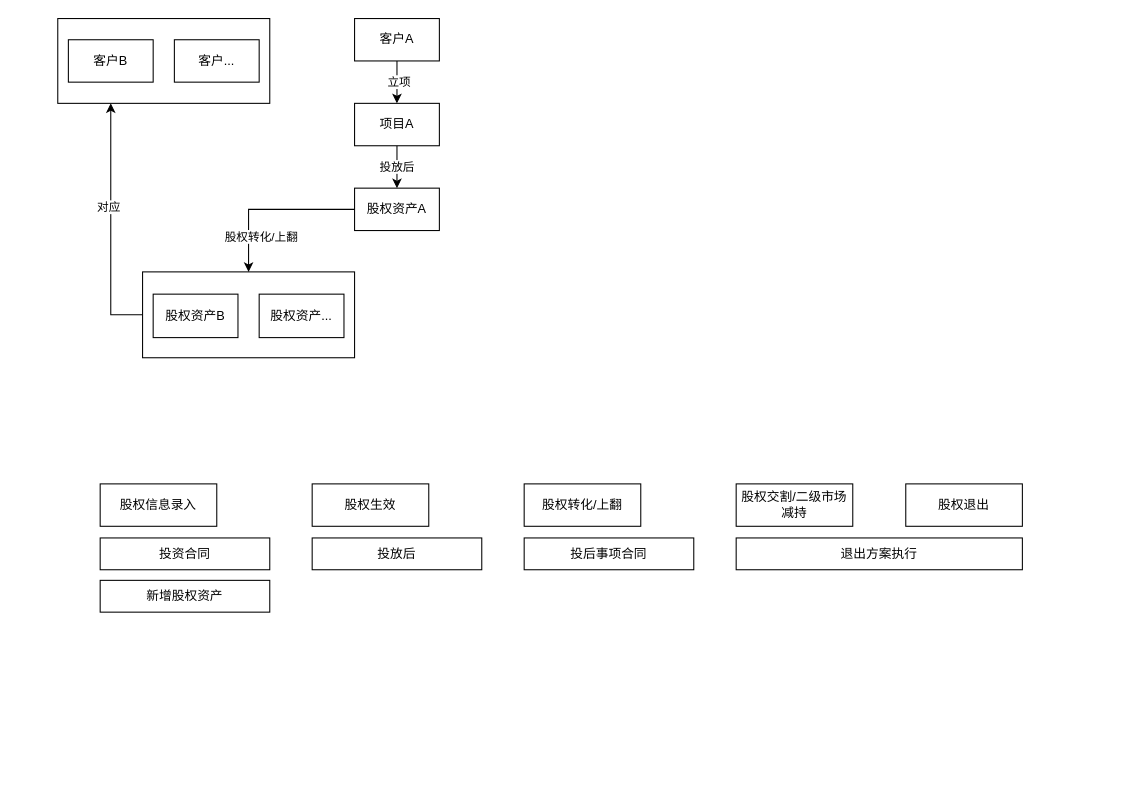
Earlier version of the draw.io diagram 业务.drawio (BxcGit/draw). Source tidied: cells renumbered, new cells numbered last; positions are measured from the earlier drawing's top-left corner, leaving out a move shared by most shapes. Both pictures are drawn from the tidied source at 106%, with x=0, y=0 at pixel (57, 18).
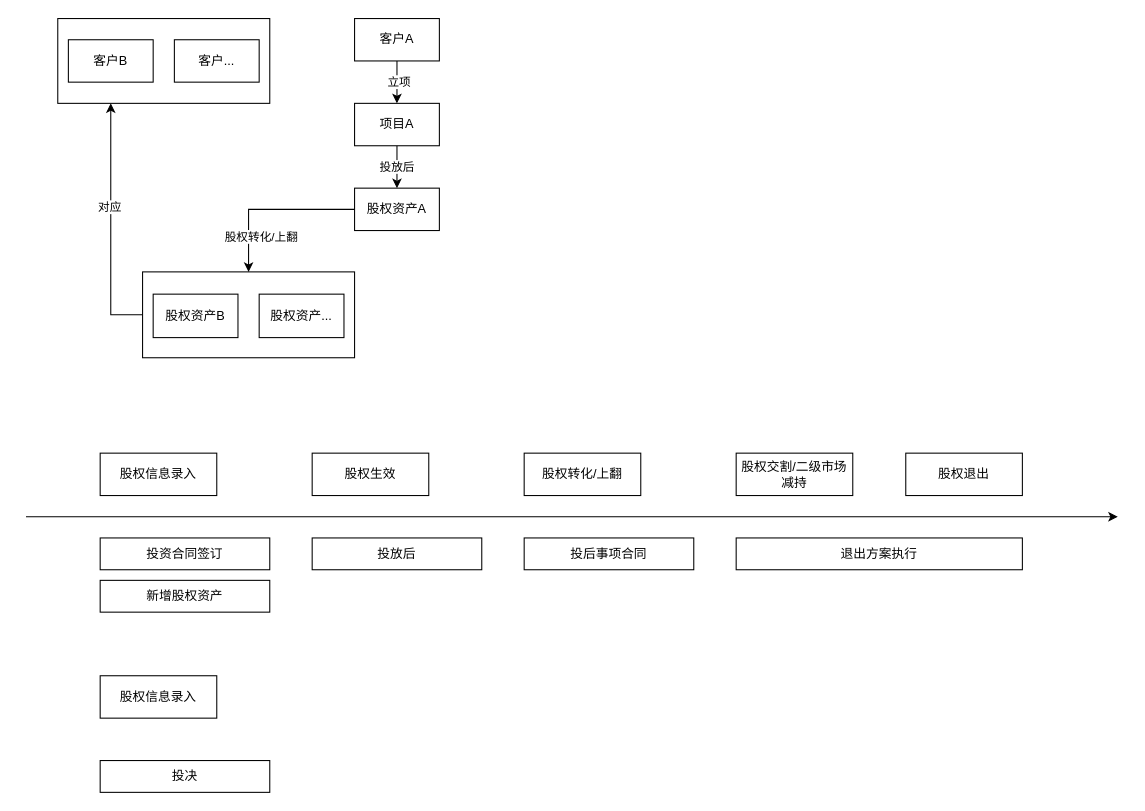
Above is the later version.

Change to the diagram source:
```diff
@@
-    <mxCell id="19" value="投资合同" style="rounded=0;whiteSpace=wrap;html=1;" parent="1" vertex="1">
+    <mxCell id="19" value="投资合同签订" style="rounded=0;whiteSpace=wrap;html=1;" parent="1" vertex="1">
       <mxGeometry x="40" y="490" width="160" height="30" as="geometry" />
     </mxCell>
     <mxCell id="20" value="股权信息录入" style="rounded=0;whiteSpace=wrap;html=1;" parent="1" vertex="1">
-      <mxGeometry x="40" y="439" width="110" height="40" as="geometry" />
+      <mxGeometry x="40" y="410" width="110" height="40" as="geometry" />
     </mxCell>
@@
     <mxCell id="23" value="股权生效" style="rounded=0;whiteSpace=wrap;html=1;" parent="1" vertex="1">
-      <mxGeometry x="240" y="439" width="110" height="40" as="geometry" />
+      <mxGeometry x="240" y="410" width="110" height="40" as="geometry" />
     </mxCell>
@@
     <mxCell id="25" value="股权转化/上翻" style="rounded=0;whiteSpace=wrap;html=1;" parent="1" vertex="1">
-      <mxGeometry x="440" y="439" width="110" height="40" as="geometry" />
+      <mxGeometry x="440" y="410" width="110" height="40" as="geometry" />
     </mxCell>
@@
     <mxCell id="27" value="股权交割/二级市场减持" style="rounded=0;whiteSpace=wrap;html=1;" parent="1" vertex="1">
-      <mxGeometry x="640" y="439" width="110" height="40" as="geometry" />
+      <mxGeometry x="640" y="410" width="110" height="40" as="geometry" />
     </mxCell>
     <mxCell id="28" value="股权退出" style="rounded=0;whiteSpace=wrap;html=1;" parent="1" vertex="1">
-      <mxGeometry x="800" y="439" width="110" height="40" as="geometry" />
+      <mxGeometry x="800" y="410" width="110" height="40" as="geometry" />
     </mxCell>
+    <mxCell id="29" style="endArrow=classic;html=1;rounded=0;" parent="1" edge="1">
+      <mxGeometry relative="1" as="geometry">
+        <mxPoint x="-30" y="470" as="sourcePoint" />
+        <mxPoint x="1000" y="470" as="targetPoint" />
+      </mxGeometry>
+    </mxCell>
+    <mxCell id="30" value="投决" style="rounded=0;whiteSpace=wrap;html=1;" parent="1" vertex="1">
+      <mxGeometry x="40" y="700" width="160" height="30" as="geometry" />
+    </mxCell>
+    <mxCell id="31" value="股权信息录入" style="rounded=0;whiteSpace=wrap;html=1;" parent="1" vertex="1">
+      <mxGeometry x="40" y="620" width="110" height="40" as="geometry" />
+    </mxCell>
```
